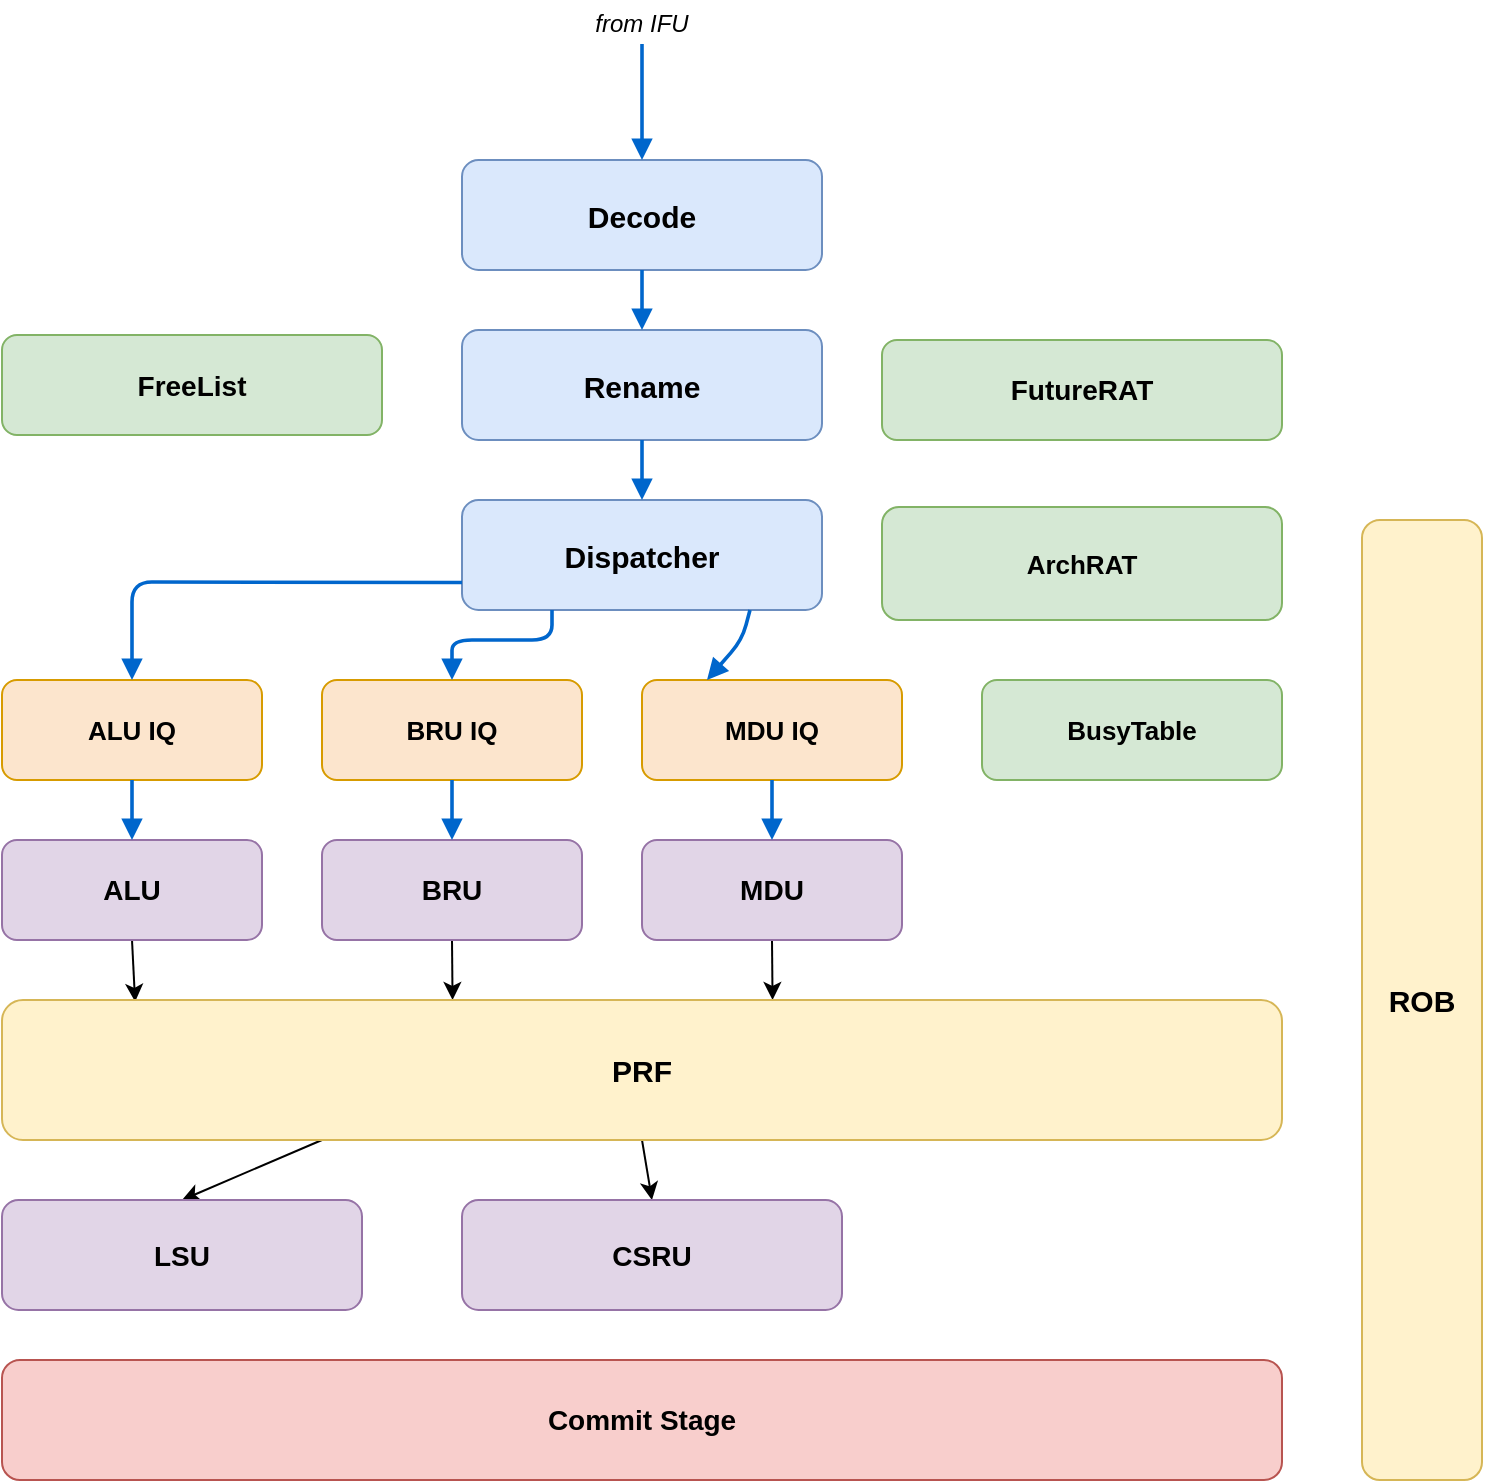
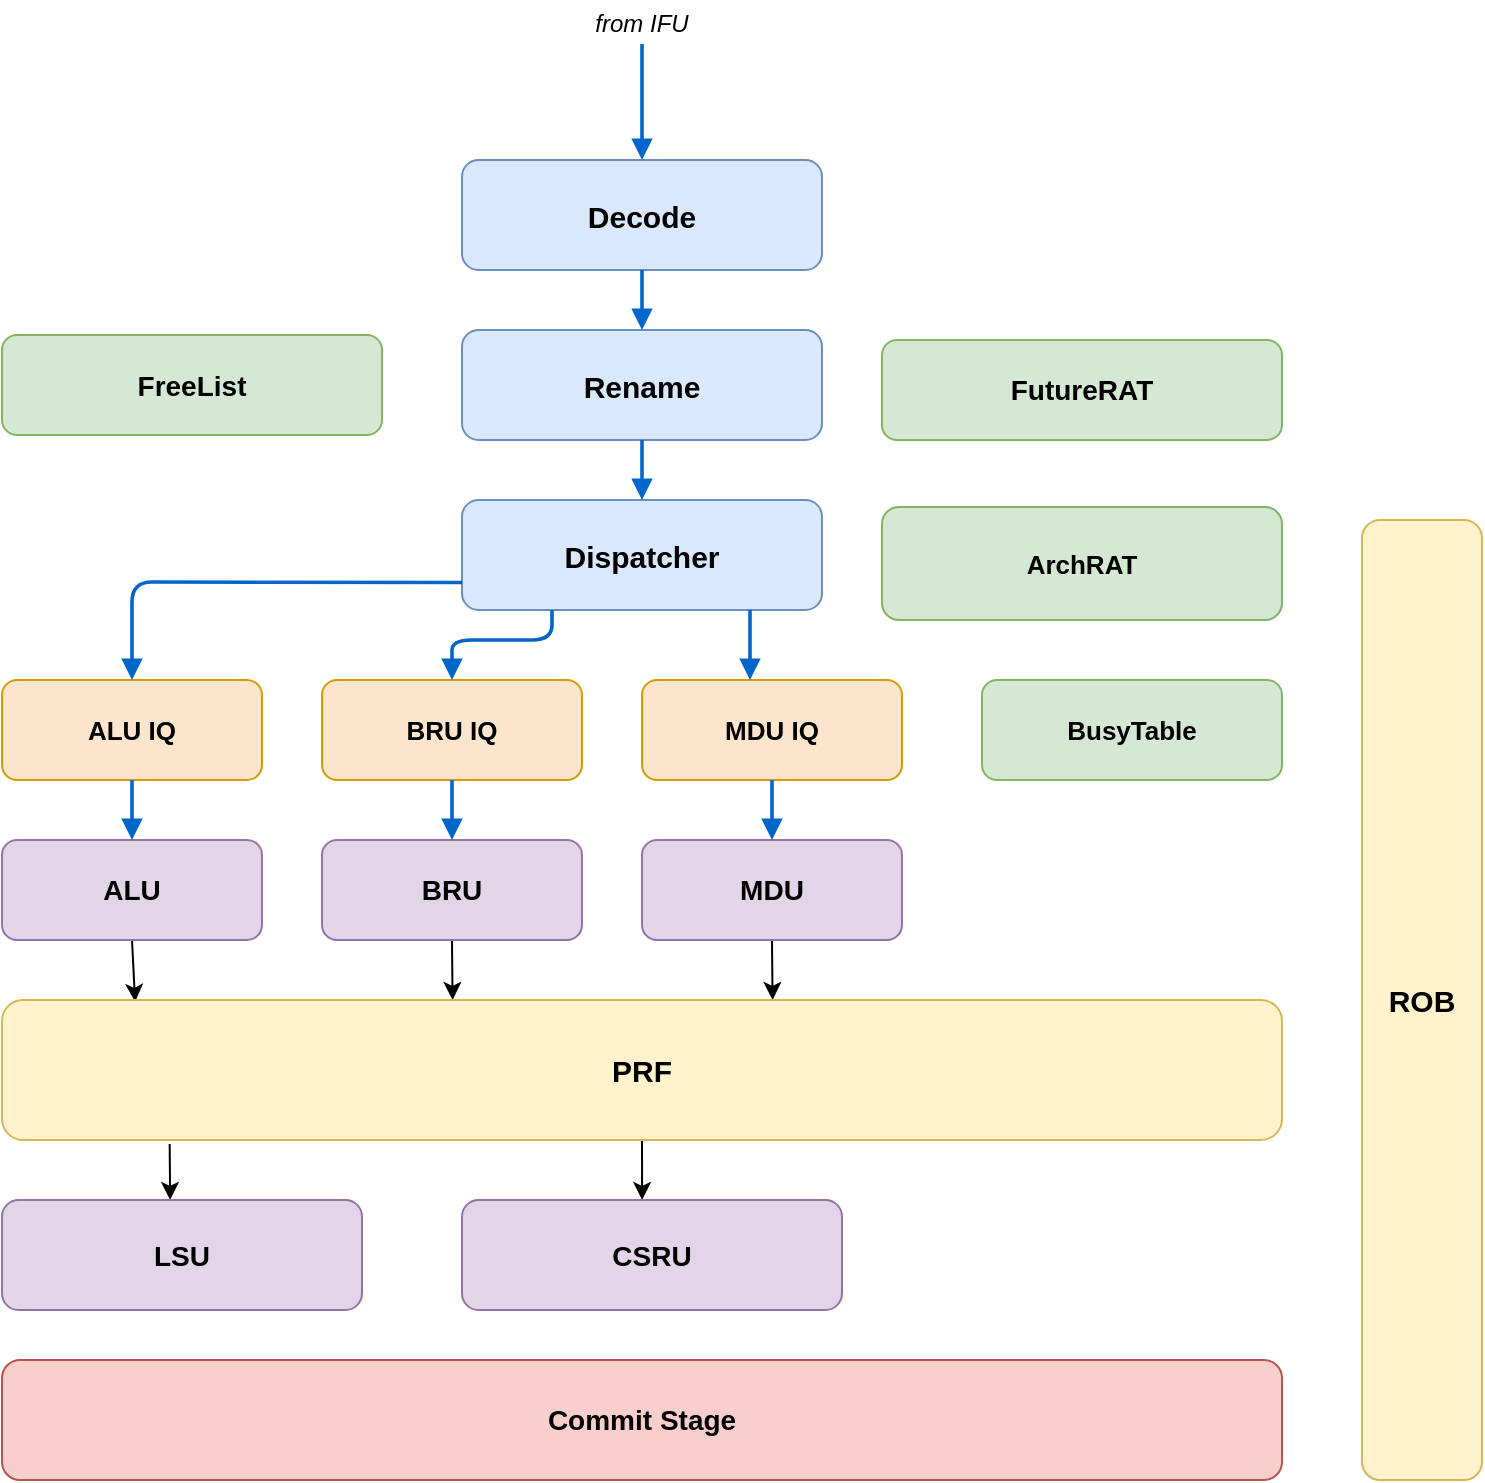
<mxfile host="65bd71144e">
    <diagram id="ooo-backend" name="OoO Backend">
-         <mxGraphModel dx="1094" dy="858" grid="1" gridSize="10" guides="1" tooltips="1" connect="1" arrows="1" fold="1" page="0" pageScale="1" pageWidth="800" pageHeight="940" math="0" shadow="0">
+         <mxGraphModel dx="966" dy="786" grid="1" gridSize="10" guides="1" tooltips="1" connect="1" arrows="1" fold="1" page="0" pageScale="1" pageWidth="800" pageHeight="940" math="0" shadow="0">
            <root>
                <mxCell id="0"/>
                <mxCell id="1" parent="0"/>
                <mxCell id="freeList" value="FreeList" style="rounded=1;whiteSpace=wrap;fillColor=#d5e8d4;strokeColor=#82b366;fontSize=14;fontStyle=1;" parent="1" vertex="1">
                    <mxGeometry x="80" y="207.5" width="190" height="50" as="geometry"/>
                </mxCell>
                <mxCell id="futureRat" value="FutureRAT" style="rounded=1;whiteSpace=wrap;fillColor=#d5e8d4;strokeColor=#82b366;fontSize=14;fontStyle=1;" parent="1" vertex="1">
                    <mxGeometry x="520" y="210" width="200" height="50" as="geometry"/>
                </mxCell>
                <mxCell id="instLabel" value="from IFU" style="text;align=center;verticalAlign=middle;resizable=0;points=[];autosize=1;strokeColor=none;fillColor=none;fontSize=12;fontStyle=2;" parent="1" vertex="1">
                    <mxGeometry x="340" y="40" width="120" height="22" as="geometry"/>
                </mxCell>
                <mxCell id="decode" value="Decode" style="rounded=1;whiteSpace=wrap;fillColor=#dae8fc;strokeColor=#6c8ebf;fontSize=15;fontStyle=1;" parent="1" vertex="1">
                    <mxGeometry x="310" y="120" width="180" height="55" as="geometry"/>
                </mxCell>
                <mxCell id="rename" value="Rename" style="rounded=1;whiteSpace=wrap;fillColor=#dae8fc;strokeColor=#6c8ebf;fontSize=15;fontStyle=1;" parent="1" vertex="1">
                    <mxGeometry x="310" y="205" width="180" height="55" as="geometry"/>
                </mxCell>
                <mxCell id="dispatch" value="Dispatcher" style="rounded=1;whiteSpace=wrap;fillColor=#dae8fc;strokeColor=#6c8ebf;fontSize=15;fontStyle=1;" parent="1" vertex="1">
                    <mxGeometry x="310" y="290" width="180" height="55" as="geometry"/>
                </mxCell>
                <mxCell id="aluIq" value="ALU IQ" style="rounded=1;whiteSpace=wrap;fillColor=#fce5cd;strokeColor=#d79b00;fontSize=13;fontStyle=1;" parent="1" vertex="1">
                    <mxGeometry x="80" y="380" width="130" height="50" as="geometry"/>
                </mxCell>
                <mxCell id="bruIq" value="BRU IQ" style="rounded=1;whiteSpace=wrap;fillColor=#fce5cd;strokeColor=#d79b00;fontSize=13;fontStyle=1;" parent="1" vertex="1">
                    <mxGeometry x="240" y="380" width="130" height="50" as="geometry"/>
                </mxCell>
                <mxCell id="mduIq" value="MDU IQ" style="rounded=1;whiteSpace=wrap;fillColor=#fce5cd;strokeColor=#d79b00;fontSize=13;fontStyle=1;" parent="1" vertex="1">
                    <mxGeometry x="400" y="380" width="130" height="50" as="geometry"/>
                </mxCell>
                <mxCell id="busyTable" value="BusyTable" style="rounded=1;whiteSpace=wrap;fillColor=#d5e8d4;strokeColor=#82b366;fontSize=13;fontStyle=1;" parent="1" vertex="1">
                    <mxGeometry x="570" y="380" width="150" height="50" as="geometry"/>
                </mxCell>
                <mxCell id="6" style="edgeStyle=none;html=1;exitX=0.5;exitY=1;exitDx=0;exitDy=0;entryX=0.104;entryY=0.013;entryDx=0;entryDy=0;entryPerimeter=0;fillColor=#3333FF;" parent="1" source="alu" target="prf" edge="1">
                    <mxGeometry relative="1" as="geometry"/>
                </mxCell>
                <mxCell id="alu" value="ALU" style="rounded=1;whiteSpace=wrap;fillColor=#e1d5e7;strokeColor=#9673a6;fontSize=14;fontStyle=1;" parent="1" vertex="1">
                    <mxGeometry x="80" y="460" width="130" height="50" as="geometry"/>
                </mxCell>
                <mxCell id="7" style="edgeStyle=none;html=1;exitX=0.5;exitY=1;exitDx=0;exitDy=0;entryX=0.352;entryY=0;entryDx=0;entryDy=0;entryPerimeter=0;" parent="1" source="bru" target="prf" edge="1">
                    <mxGeometry relative="1" as="geometry"/>
                </mxCell>
                <mxCell id="bru" value="BRU" style="rounded=1;whiteSpace=wrap;fillColor=#e1d5e7;strokeColor=#9673a6;fontSize=14;fontStyle=1;" parent="1" vertex="1">
                    <mxGeometry x="240" y="460" width="130" height="50" as="geometry"/>
                </mxCell>
                <mxCell id="8" style="edgeStyle=none;html=1;exitX=0.5;exitY=1;exitDx=0;exitDy=0;entryX=0.602;entryY=0;entryDx=0;entryDy=0;entryPerimeter=0;" parent="1" source="mdu" target="prf" edge="1">
                    <mxGeometry relative="1" as="geometry"/>
                </mxCell>
                <mxCell id="mdu" value="MDU" style="rounded=1;whiteSpace=wrap;fillColor=#e1d5e7;strokeColor=#9673a6;fontSize=14;fontStyle=1;" parent="1" vertex="1">
                    <mxGeometry x="400" y="460" width="130" height="50" as="geometry"/>
                </mxCell>
-                 <mxCell id="10" style="edgeStyle=none;html=1;exitX=0.5;exitY=1;exitDx=0;exitDy=0;entryX=0.5;entryY=0;entryDx=0;entryDy=0;" edge="1" parent="1" source="prf" target="csru">
+                 <mxCell id="10" style="edgeStyle=none;html=1;exitX=0.5;exitY=1;exitDx=0;exitDy=0;entryX=0.474;entryY=0;entryDx=0;entryDy=0;entryPerimeter=0;" parent="1" source="prf" target="csru" edge="1">
                    <mxGeometry relative="1" as="geometry"/>
                </mxCell>
-                 <mxCell id="11" style="edgeStyle=none;html=1;exitX=0.25;exitY=1;exitDx=0;exitDy=0;entryX=0.5;entryY=0;entryDx=0;entryDy=0;" edge="1" parent="1" source="prf" target="lsu">
-                     <mxGeometry relative="1" as="geometry"/>
+                 <mxCell id="11" style="edgeStyle=none;html=1;entryX=0.467;entryY=0;entryDx=0;entryDy=0;entryPerimeter=0;exitX=0.131;exitY=1.029;exitDx=0;exitDy=0;exitPerimeter=0;" parent="1" source="prf" target="lsu" edge="1">
+                     <mxGeometry relative="1" as="geometry">
+                         <mxPoint x="167" y="610" as="sourcePoint"/>
+                     </mxGeometry>
                </mxCell>
                <mxCell id="prf" value="PRF" style="rounded=1;whiteSpace=wrap;fillColor=#fff2cc;strokeColor=#d6b656;fontSize=15;fontStyle=1;" parent="1" vertex="1">
                    <mxGeometry x="80" y="540" width="640" height="70" as="geometry"/>
                </mxCell>
                <mxCell id="rob" value="ROB" style="rounded=1;whiteSpace=wrap;fillColor=#fff2cc;strokeColor=#d6b656;fontSize=15;fontStyle=1;" parent="1" vertex="1">
                    <mxGeometry x="760" y="300" width="60" height="480" as="geometry"/>
                </mxCell>
                <mxCell id="lsu" value="LSU" style="rounded=1;whiteSpace=wrap;fillColor=#e1d5e7;strokeColor=#9673a6;fontSize=14;fontStyle=1;" parent="1" vertex="1">
                    <mxGeometry x="80" y="640" width="180" height="55" as="geometry"/>
                </mxCell>
                <mxCell id="commit" value="Commit Stage" style="rounded=1;whiteSpace=wrap;fillColor=#f8cecc;strokeColor=#b85450;fontSize=14;fontStyle=1;" parent="1" vertex="1">
                    <mxGeometry x="80" y="720" width="640" height="60" as="geometry"/>
                </mxCell>
                <mxCell id="csru" value="CSRU" style="rounded=1;whiteSpace=wrap;fillColor=#e1d5e7;strokeColor=#9673a6;fontSize=14;fontStyle=1;" parent="1" vertex="1">
                    <mxGeometry x="310" y="640" width="190" height="55" as="geometry"/>
                </mxCell>
                <mxCell id="archRat" value="ArchRAT" style="rounded=1;whiteSpace=wrap;fillColor=#d5e8d4;strokeColor=#82b366;fontSize=13;fontStyle=1;" parent="1" vertex="1">
                    <mxGeometry x="520" y="293.5" width="200" height="56.5" as="geometry"/>
                </mxCell>
                <mxCell id="e_ifu_dec" style="endArrow=block;endFill=1;rounded=1;strokeWidth=1.8;strokeColor=#0066CC;" parent="1" source="instLabel" target="decode" edge="1">
                    <mxGeometry relative="1" as="geometry"/>
                </mxCell>
                <mxCell id="e_dec_ren" style="endArrow=block;endFill=1;rounded=1;strokeWidth=1.8;strokeColor=#0066CC;" parent="1" source="decode" target="rename" edge="1">
                    <mxGeometry relative="1" as="geometry"/>
                </mxCell>
                <mxCell id="e_ren_dis" style="endArrow=block;endFill=1;rounded=1;strokeWidth=1.8;strokeColor=#0066CC;" parent="1" source="rename" target="dispatch" edge="1">
                    <mxGeometry relative="1" as="geometry"/>
                </mxCell>
                <mxCell id="e_dis_aluiq" style="endArrow=block;endFill=1;rounded=1;strokeWidth=1.8;strokeColor=#0066CC;exitX=0;exitY=0.75;exitDx=0;exitDy=0;entryX=0.5;entryY=0;entryDx=0;entryDy=0;" parent="1" source="dispatch" target="aluIq" edge="1">
                    <mxGeometry relative="1" as="geometry">
                        <Array as="points">
                            <mxPoint x="145" y="331"/>
                            <mxPoint x="145" y="360"/>
                        </Array>
                    </mxGeometry>
                </mxCell>
                <mxCell id="e_dis_bruiq" style="endArrow=block;endFill=1;rounded=1;strokeWidth=1.8;strokeColor=#0066CC;exitX=0.25;exitY=1;exitDx=0;exitDy=0;entryX=0.5;entryY=0;entryDx=0;entryDy=0;" parent="1" source="dispatch" target="bruIq" edge="1">
                    <mxGeometry relative="1" as="geometry">
                        <Array as="points">
                            <mxPoint x="355" y="360"/>
                            <mxPoint x="305" y="360"/>
                        </Array>
                    </mxGeometry>
                </mxCell>
-                 <mxCell id="e_dis_mduiq" style="endArrow=block;endFill=1;rounded=1;strokeWidth=1.8;strokeColor=#0066CC;exitX=0.8;exitY=1;exitDx=0;exitDy=0;entryX=0.25;entryY=0;entryDx=0;entryDy=0;" parent="1" source="dispatch" target="mduIq" edge="1">
+                 <mxCell id="e_dis_mduiq" style="endArrow=block;endFill=1;rounded=1;strokeWidth=1.8;strokeColor=#0066CC;exitX=0.8;exitY=1;exitDx=0;exitDy=0;" parent="1" source="dispatch" edge="1">
                    <mxGeometry relative="1" as="geometry">
-                         <Array as="points">
-                             <mxPoint x="450" y="360"/>
-                         </Array>
+                         <Array as="points"/>
+                         <mxPoint x="454" y="380" as="targetPoint"/>
                    </mxGeometry>
                </mxCell>
                <mxCell id="e_aluiq_alu" style="endArrow=block;endFill=1;rounded=1;strokeWidth=1.8;strokeColor=#0066CC;" parent="1" source="aluIq" target="alu" edge="1">
                    <mxGeometry relative="1" as="geometry"/>
                </mxCell>
                <mxCell id="e_bruiq_bru" style="endArrow=block;endFill=1;rounded=1;strokeWidth=1.8;strokeColor=#0066CC;" parent="1" source="bruIq" target="bru" edge="1">
                    <mxGeometry relative="1" as="geometry"/>
                </mxCell>
                <mxCell id="e_mduiq_mdu" style="endArrow=block;endFill=1;rounded=1;strokeWidth=1.8;strokeColor=#0066CC;" parent="1" source="mduIq" target="mdu" edge="1">
                    <mxGeometry relative="1" as="geometry"/>
                </mxCell>
            </root>
        </mxGraphModel>
    </diagram>
</mxfile>